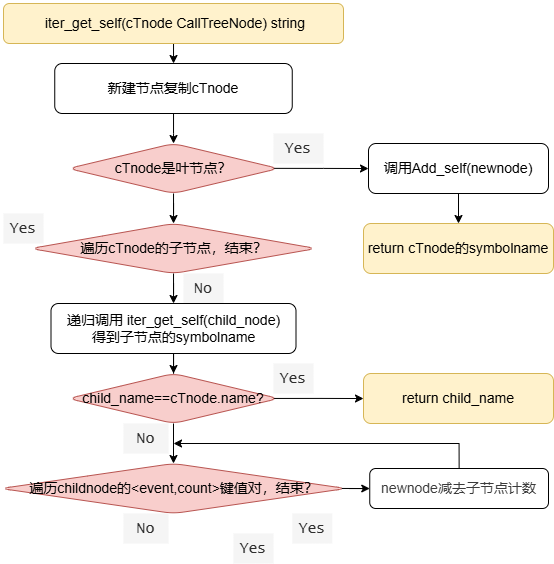
Before: iter_get_self.drawio.png, a diagram exported from draw.io (Dong-J93/os_pic2024). Source tidied: cells renumbered, new cells last; positions are measured from the earlier drawing's top-left corner, leaving out a move shared by most shapes.
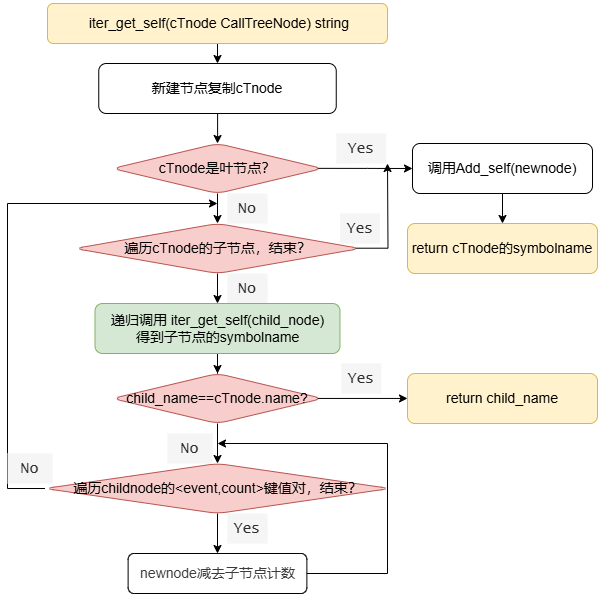
After the change.

The edit, as a diff of the source:
```diff
@@ -2,9 +2,6 @@
   <root>
     <mxCell id="0" />
     <mxCell id="1" parent="0" />
-    <mxCell id="2" value="&lt;font face=&quot;Lucida Console&quot; color=&quot;#2e2e2e&quot;&gt;&lt;span style=&quot;font-size: 15px;&quot;&gt;Yes&lt;/span&gt;&lt;/font&gt;" style="text;html=1;align=center;verticalAlign=middle;whiteSpace=wrap;rounded=0;fontColor=#333333;fillColor=#f5f5f5;strokeColor=none;" parent="1" vertex="1">
-      <mxGeometry x="232" y="530" width="40" height="30" as="geometry" />
-    </mxCell>
     <mxCell id="3" style="edgeStyle=orthogonalEdgeStyle;rounded=0;jettySize=auto;html=1;" parent="1" edge="1" source="4" target="14">
       <mxGeometry relative="1" as="geometry" />
     </mxCell>
@@ -12,11 +9,16 @@
       <mxGeometry x="2" width="340" height="40" as="geometry" />
     </mxCell>
     <mxCell id="5" value="&lt;font face=&quot;Lucida Console&quot; color=&quot;#2e2e2e&quot;&gt;&lt;span style=&quot;font-size: 15px;&quot;&gt;Yes&lt;/span&gt;&lt;/font&gt;" style="text;html=1;align=center;verticalAlign=middle;whiteSpace=wrap;rounded=0;fontColor=#333333;fillColor=#f5f5f5;strokeColor=none;" parent="1" vertex="1">
-      <mxGeometry x="272" y="130" width="50" height="30" as="geometry" />
+      <mxGeometry x="290.8" y="130" width="50" height="30" as="geometry" />
     </mxCell>
     <mxCell id="6" style="edgeStyle=orthogonalEdgeStyle;rounded=0;jettySize=auto;html=1;" parent="1" edge="1" source="7" target="28">
       <mxGeometry relative="1" as="geometry" />
     </mxCell>
+    <mxCell id="32" style="edgeStyle=orthogonalEdgeStyle;rounded=0;jettySize=auto;html=1;exitX=0.984;exitY=0.494;exitDx=0;exitDy=0;exitPerimeter=0;" parent="1" edge="1" source="7">
+      <mxGeometry relative="1" as="geometry">
+        <mxPoint x="342" y="160" as="targetPoint" />
+      </mxGeometry>
+    </mxCell>
     <mxCell id="7" value="&lt;font style=&quot;font-size: 14px;&quot;&gt;遍历cTnode的子节点，结束？&lt;/font&gt;&lt;span class=&quot;eusoft-eudic-chrome-extension-translate-content&quot;&gt;&lt;/span&gt;" style="rhombus;whiteSpace=wrap;html=1;fillColor=#f8cecc;rounded=1;strokeColor=#b85450;" parent="1" vertex="1">
       <mxGeometry x="29.5" y="220" width="285" height="50" as="geometry" />
     </mxCell>
@@ -41,9 +43,6 @@
     <mxCell id="14" value="&lt;pre&gt;&lt;font face=&quot;Helvetica&quot;&gt;&lt;span style=&quot;font-size: 14px;&quot;&gt;新建节点复制cTnode&lt;/span&gt;&lt;/font&gt;&lt;span class=&quot;eusoft-eudic-chrome-extension-translate-content&quot;&gt;&lt;/span&gt;&lt;/pre&gt;" style="rounded=1;whiteSpace=wrap;html=1;fillColor=none;" parent="1" vertex="1">
       <mxGeometry x="53.2" y="60" width="237.5" height="50" as="geometry" />
     </mxCell>
-    <mxCell id="15" value="&lt;font face=&quot;Lucida Console&quot; color=&quot;#2e2e2e&quot;&gt;&lt;span style=&quot;font-size: 15px;&quot;&gt;Yes&lt;/span&gt;&lt;/font&gt;" style="text;html=1;align=center;verticalAlign=middle;whiteSpace=wrap;rounded=0;fontColor=#333333;fillColor=#f5f5f5;strokeColor=none;" parent="1" vertex="1">
-      <mxGeometry x="2" y="210" width="40" height="30" as="geometry" />
-    </mxCell>
     <mxCell id="16" value="&lt;font face=&quot;Lucida Console&quot; color=&quot;#2e2e2e&quot;&gt;&lt;span style=&quot;font-size: 15px;&quot;&gt;No&lt;/span&gt;&lt;/font&gt;" style="text;html=1;align=center;verticalAlign=middle;whiteSpace=wrap;rounded=0;fontColor=#333333;fillColor=#f5f5f5;strokeColor=none;" parent="1" vertex="1">
       <mxGeometry x="182" y="270" width="40" height="30" as="geometry" />
     </mxCell>
@@ -56,29 +55,38 @@
     <mxCell id="19" value="&lt;span style=&quot;font-size: 14px;&quot;&gt;child_name==cTnode.name?&lt;/span&gt;&lt;span class=&quot;eusoft-eudic-chrome-extension-translate-content&quot;&gt;&lt;/span&gt;" style="rhombus;whiteSpace=wrap;html=1;fillColor=#f8cecc;rounded=1;strokeColor=#b85450;" parent="1" vertex="1">
       <mxGeometry x="67" y="370" width="210" height="50" as="geometry" />
     </mxCell>
-    <mxCell id="20" style="edgeStyle=orthogonalEdgeStyle;rounded=0;jettySize=auto;html=1;exitX=0.5;exitY=0;exitDx=0;exitDy=0;" parent="1" edge="1" source="21">
-      <mxGeometry relative="1" as="geometry">
-        <mxPoint x="172" y="440" as="targetPoint" />
-        <Array as="points">
-          <mxPoint x="458" y="440" />
-          <mxPoint x="172" y="440" />
-        </Array>
-      </mxGeometry>
-    </mxCell>
+    <mxCell id="33" style="edgeStyle=orthogonalEdgeStyle;rounded=0;jettySize=auto;html=1;exitX=1;exitY=0.5;exitDx=0;exitDy=0;" parent="1" edge="1" source="21">
+      <mxGeometry relative="1" as="geometry">
+        <mxPoint x="172" y="440" as="targetPoint" />
+        <Array as="points">
+          <mxPoint x="342" y="570" />
+          <mxPoint x="342" y="440" />
+        </Array>
+      </mxGeometry>
+    </mxCell>
     <mxCell id="21" value="&lt;p&gt;&lt;font color=&quot;#3b3b3b&quot;&gt;&lt;span style=&quot;font-size: 14px;&quot;&gt;newnode减去子节点计数&lt;/span&gt;&lt;/font&gt;&lt;/p&gt;" style="rounded=1;whiteSpace=wrap;html=1;fillColor=none;" parent="1" vertex="1">
-      <mxGeometry x="368.2" y="465" width="178.8" height="40" as="geometry" />
+      <mxGeometry x="82.6" y="550" width="178.8" height="40" as="geometry" />
     </mxCell>
+    <mxCell id="34" style="edgeStyle=orthogonalEdgeStyle;rounded=0;jettySize=auto;html=1;exitX=0;exitY=0.5;exitDx=0;exitDy=0;" parent="1" edge="1" source="23">
+      <mxGeometry relative="1" as="geometry">
+        <mxPoint x="172" y="200" as="targetPoint" />
+        <Array as="points">
+          <mxPoint x="-38" y="485" />
+          <mxPoint x="-38" y="200" />
+        </Array>
+      </mxGeometry>
+    </mxCell>
-    <mxCell id="22" style="edgeStyle=orthogonalEdgeStyle;rounded=0;jettySize=auto;html=1;exitX=0.987;exitY=0.499;exitDx=0;exitDy=0;exitPerimeter=0;" parent="1" edge="1" source="23" target="21">
+    <mxCell id="22" style="edgeStyle=orthogonalEdgeStyle;rounded=0;jettySize=auto;html=1;" parent="1" edge="1" source="23" target="21">
       <mxGeometry relative="1" as="geometry" />
     </mxCell>
     <mxCell id="23" value="&lt;span style=&quot;font-size: 14px;&quot;&gt;遍历childnode的&amp;lt;event,count&amp;gt;键值对，结束？&lt;/span&gt;&lt;span class=&quot;eusoft-eudic-chrome-extension-translate-content&quot;&gt;&lt;/span&gt;" style="rhombus;whiteSpace=wrap;html=1;fillColor=#f8cecc;rounded=1;strokeColor=#b85450;" parent="1" vertex="1">
       <mxGeometry x="-0.5" y="460" width="345" height="50" as="geometry" />
     </mxCell>
     <mxCell id="24" value="&lt;font face=&quot;Lucida Console&quot; color=&quot;#2e2e2e&quot;&gt;&lt;span style=&quot;font-size: 15px;&quot;&gt;Yes&lt;/span&gt;&lt;/font&gt;" style="text;html=1;align=center;verticalAlign=middle;whiteSpace=wrap;rounded=0;fontColor=#333333;fillColor=#f5f5f5;strokeColor=none;" parent="1" vertex="1">
-      <mxGeometry x="290.8" y="510" width="40" height="30" as="geometry" />
+      <mxGeometry x="182" y="510" width="40" height="30" as="geometry" />
     </mxCell>
     <mxCell id="25" value="&lt;font face=&quot;Lucida Console&quot; color=&quot;#2e2e2e&quot;&gt;&lt;span style=&quot;font-size: 15px;&quot;&gt;No&lt;/span&gt;&lt;/font&gt;" style="text;html=1;align=center;verticalAlign=middle;whiteSpace=wrap;rounded=0;fontColor=#333333;fillColor=#f5f5f5;strokeColor=none;" parent="1" vertex="1">
-      <mxGeometry x="122" y="420" width="45" height="30" as="geometry" />
+      <mxGeometry x="122" y="430" width="45" height="30" as="geometry" />
     </mxCell>
     <mxCell id="26" value="&lt;pre&gt;&lt;font face=&quot;Helvetica&quot; style=&quot;font-size: 14px;&quot;&gt;return cTnode的symbolname&lt;/font&gt;&lt;/pre&gt;" style="rounded=1;whiteSpace=wrap;html=1;fillColor=#fff2cc;strokeColor=#d6b656;" parent="1" vertex="1">
       <mxGeometry x="362" y="220" width="190" height="50" as="geometry" />
@@ -86,17 +94,23 @@
     <mxCell id="27" style="edgeStyle=orthogonalEdgeStyle;rounded=0;jettySize=auto;html=1;" parent="1" edge="1" source="28" target="19">
       <mxGeometry relative="1" as="geometry" />
     </mxCell>
-    <mxCell id="28" value="&lt;p style=&quot;font-size: 14px;&quot;&gt;&lt;font style=&quot;font-size: 14px;&quot; face=&quot;Helvetica&quot;&gt;&lt;span style=&quot;font-size: 14px;&quot;&gt;递归调用&lt;/span&gt;&amp;nbsp;iter_get_self(child_node)&lt;br&gt;&lt;/font&gt;&lt;font style=&quot;font-size: 14px;&quot; face=&quot;Helvetica&quot;&gt;得到子节点的symbolname&lt;/font&gt;&lt;/p&gt;" style="rounded=1;whiteSpace=wrap;html=1;" parent="1" vertex="1">
+    <mxCell id="28" value="&lt;p style=&quot;font-size: 14px;&quot;&gt;&lt;font style=&quot;font-size: 14px;&quot; face=&quot;Helvetica&quot;&gt;&lt;span style=&quot;font-size: 14px;&quot;&gt;递归调用&lt;/span&gt;&amp;nbsp;iter_get_self(child_node)&lt;br&gt;&lt;/font&gt;&lt;font style=&quot;font-size: 14px;&quot; face=&quot;Helvetica&quot;&gt;得到子节点的symbolname&lt;/font&gt;&lt;/p&gt;" style="rounded=1;whiteSpace=wrap;html=1;fillColor=#d5e8d4;strokeColor=#82b366;" parent="1" vertex="1">
       <mxGeometry x="49.5" y="300" width="245" height="50" as="geometry" />
     </mxCell>
     <mxCell id="29" value="&lt;pre&gt;&lt;font face=&quot;Helvetica&quot; style=&quot;font-size: 14px;&quot;&gt;return child_name&lt;/font&gt;&lt;/pre&gt;" style="rounded=1;whiteSpace=wrap;html=1;fillColor=#fff2cc;strokeColor=#d6b656;" parent="1" vertex="1">
       <mxGeometry x="362" y="370" width="190" height="50" as="geometry" />
     </mxCell>
     <mxCell id="30" value="&lt;font face=&quot;Lucida Console&quot; color=&quot;#2e2e2e&quot;&gt;&lt;span style=&quot;font-size: 15px;&quot;&gt;Yes&lt;/span&gt;&lt;/font&gt;" style="text;html=1;align=center;verticalAlign=middle;whiteSpace=wrap;rounded=0;fontColor=#333333;fillColor=#f5f5f5;strokeColor=none;" parent="1" vertex="1">
-      <mxGeometry x="272" y="360" width="40" height="30" as="geometry" />
+      <mxGeometry x="295.8" y="360" width="40" height="30" as="geometry" />
     </mxCell>
     <mxCell id="31" value="&lt;font face=&quot;Lucida Console&quot; color=&quot;#2e2e2e&quot;&gt;&lt;span style=&quot;font-size: 15px;&quot;&gt;No&lt;/span&gt;&lt;/font&gt;" style="text;html=1;align=center;verticalAlign=middle;whiteSpace=wrap;rounded=0;fontColor=#333333;fillColor=#f5f5f5;strokeColor=none;" parent="1" vertex="1">
-      <mxGeometry x="122" y="510" width="45" height="30" as="geometry" />
+      <mxGeometry x="-38" y="450" width="45" height="30" as="geometry" />
     </mxCell>
+    <mxCell id="35" value="&lt;font face=&quot;Lucida Console&quot; color=&quot;#2e2e2e&quot;&gt;&lt;span style=&quot;font-size: 15px;&quot;&gt;No&lt;/span&gt;&lt;/font&gt;" style="text;html=1;align=center;verticalAlign=middle;whiteSpace=wrap;rounded=0;fontColor=#333333;fillColor=#f5f5f5;strokeColor=none;" parent="1" vertex="1">
+      <mxGeometry x="182" y="190" width="40" height="30" as="geometry" />
+    </mxCell>
+    <mxCell id="36" value="&lt;font face=&quot;Lucida Console&quot; color=&quot;#2e2e2e&quot;&gt;&lt;span style=&quot;font-size: 15px;&quot;&gt;Yes&lt;/span&gt;&lt;/font&gt;" style="text;html=1;align=center;verticalAlign=middle;whiteSpace=wrap;rounded=0;fontColor=#333333;fillColor=#f5f5f5;strokeColor=none;" parent="1" vertex="1">
+      <mxGeometry x="294.5" y="210" width="40" height="30" as="geometry" />
+    </mxCell>
   </root>
 </mxGraphModel>
```
